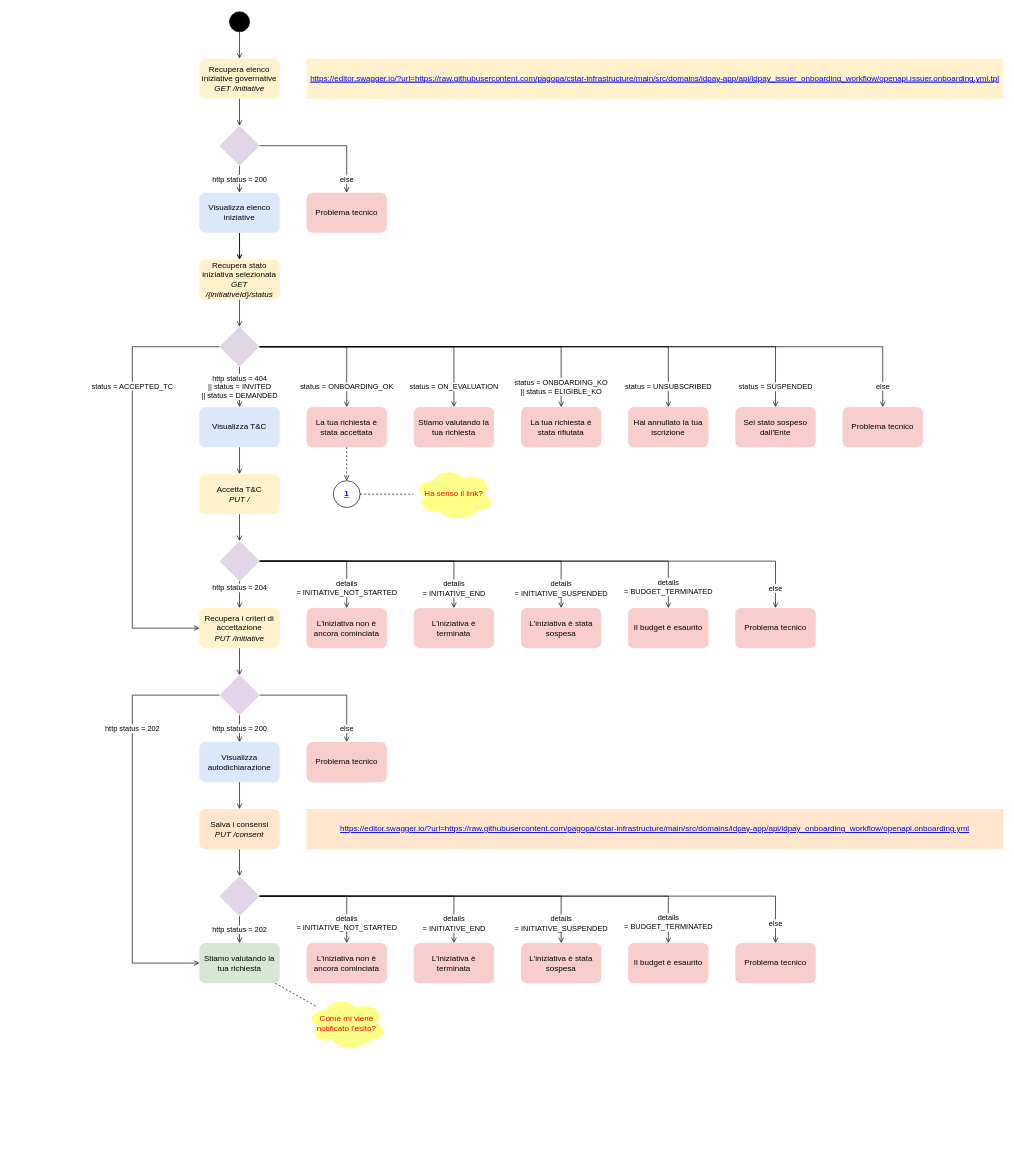
pagopa/mil-diags keeps this draw.io diagram as page "Page-1" (1 of 2) of sequence_diags/idpay/functional_overview/Onboarding IDPay.drawio. Above is the earlier version. Source tidied: cells renumbered, new cells numbered last; positions are measured from the earlier drawing's top-left corner, leaving out a move shared by most shapes. Both pictures are drawn from the tidied source at 67%, with x=0, y=0 at pixel (132, 11).
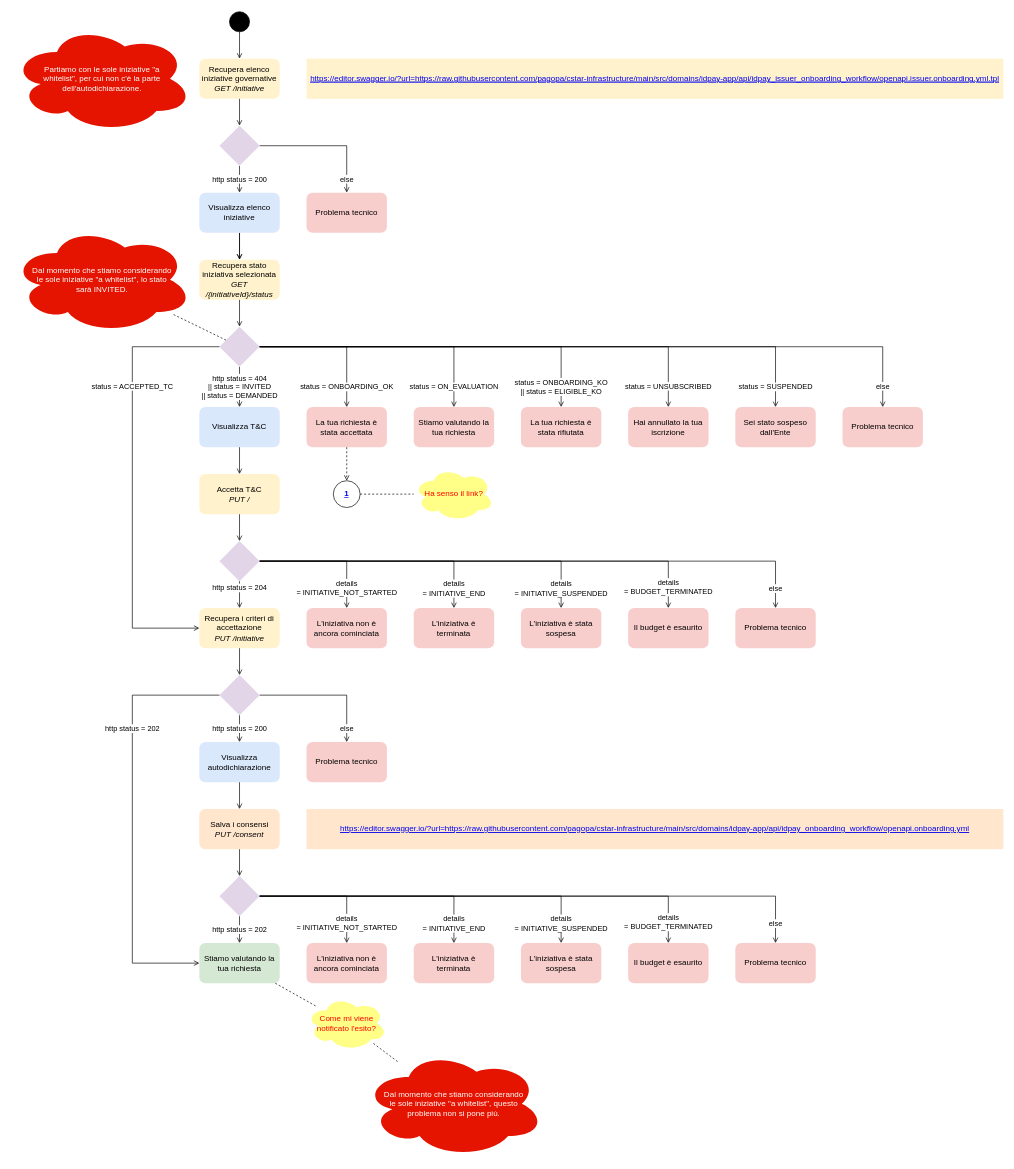
The same page after the edit.

Unchanged cells that the change refers to:
```xml
<mxCell id="10" style="rhombus;whiteSpace=wrap;html=1;fillColor=#e1d5e7;strokeColor=none;" parent="1" vertex="1">
  <mxGeometry x="130" y="470" width="60" height="60" as="geometry" />
</mxCell>
<mxCell id="76" value="Come mi viene notificato l'esito?" style="ellipse;shape=cloud;whiteSpace=wrap;html=1;fillColor=#ffff88;strokeColor=none;fontColor=#FF0000;" parent="1" vertex="1">
  <mxGeometry x="260" y="1470" width="120" height="80" as="geometry" />
</mxCell>
```

The edit, as a diff of the source:
```diff
@@
+    <mxCell id="78" style="endArrow=none;dashed=1;html=1;rounded=0;" parent="1" edge="1" source="10" target="81">
+      <mxGeometry relative="1" as="geometry" />
+    </mxCell>
+    <mxCell id="79" style="endArrow=none;dashed=1;html=1;rounded=0;" parent="1" edge="1" source="76" target="82">
+      <mxGeometry relative="1" as="geometry" />
+    </mxCell>
+    <mxCell id="80" value="Partiamo con le sole iniziative &quot;a whitelist&quot;, per cui non c'è la parte dell'autodichiarazione." style="ellipse;shape=cloud;whiteSpace=wrap;html=1;fillColor=#e51400;strokeColor=none;spacing=25;fontColor=#ffffff;" parent="1" vertex="1">
+      <mxGeometry x="-180" y="20" width="270" height="160" as="geometry" />
+    </mxCell>
+    <mxCell id="81" value="Dal momento che stiamo considerando le sole iniziative &quot;a whitelist&quot;, lo stato sarà INVITED." style="ellipse;shape=cloud;whiteSpace=wrap;html=1;fillColor=#e51400;strokeColor=none;spacing=26;fontColor=#ffffff;" parent="1" vertex="1">
+      <mxGeometry x="-180" y="320" width="270" height="160" as="geometry" />
+    </mxCell>
+    <mxCell id="82" value="Dal momento che stiamo considerando le sole iniziative &quot;a whitelist&quot;, questo problema non si pone più." style="ellipse;shape=cloud;whiteSpace=wrap;html=1;fillColor=#e51400;strokeColor=none;spacing=26;fontColor=#ffffff;" parent="1" vertex="1">
+      <mxGeometry x="345" y="1550" width="270" height="160" as="geometry" />
+    </mxCell>
```
